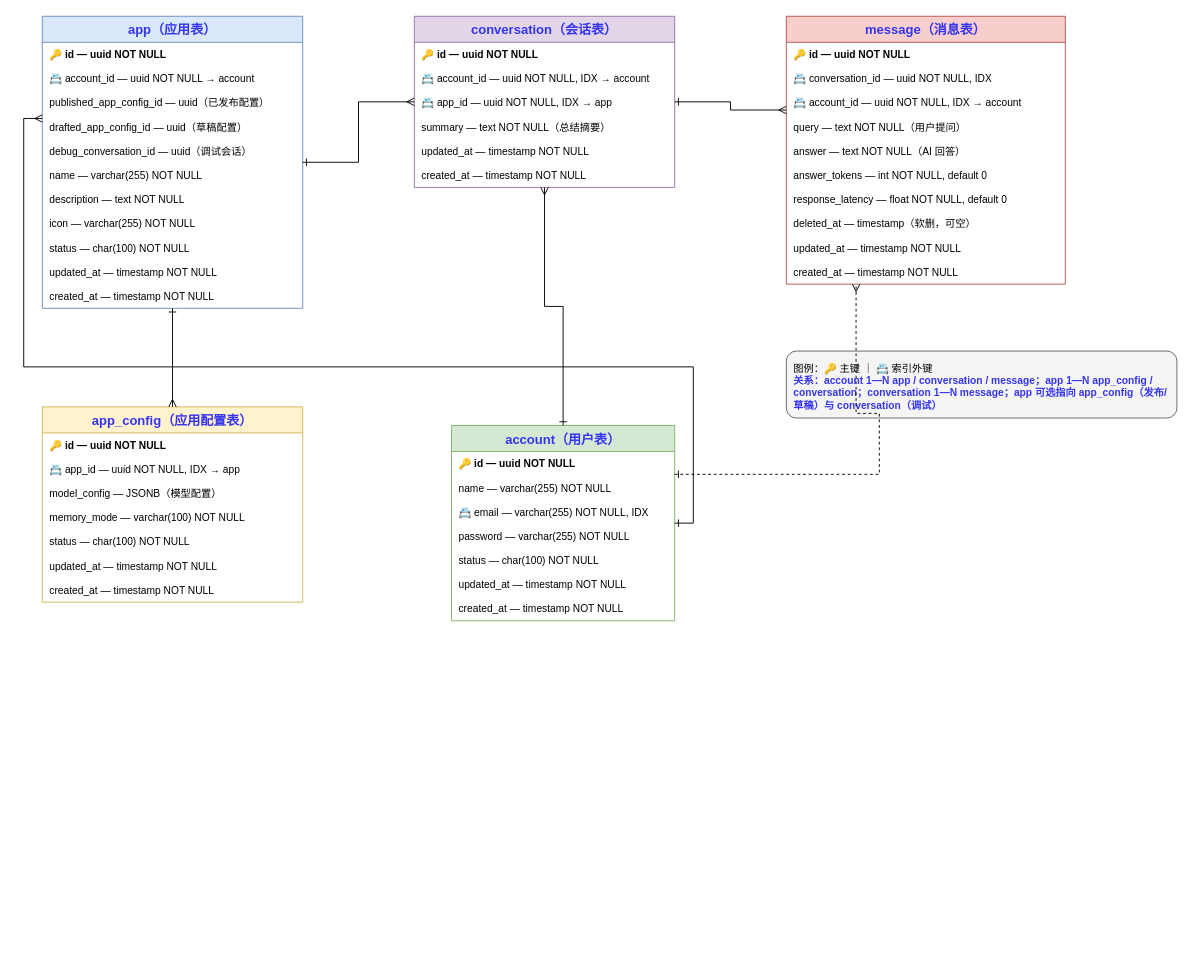
The draw.io diagram docs/实体图.drawio in dongfengtaoadmin/llmops-api, before the edit. Source tidied: cells renumbered, new cells numbered last; positions are measured from the earlier drawing's top-left corner, leaving out a move shared by most shapes. Both pictures are drawn from the tidied source at 93%, with x=0, y=0 at pixel (42, 16).
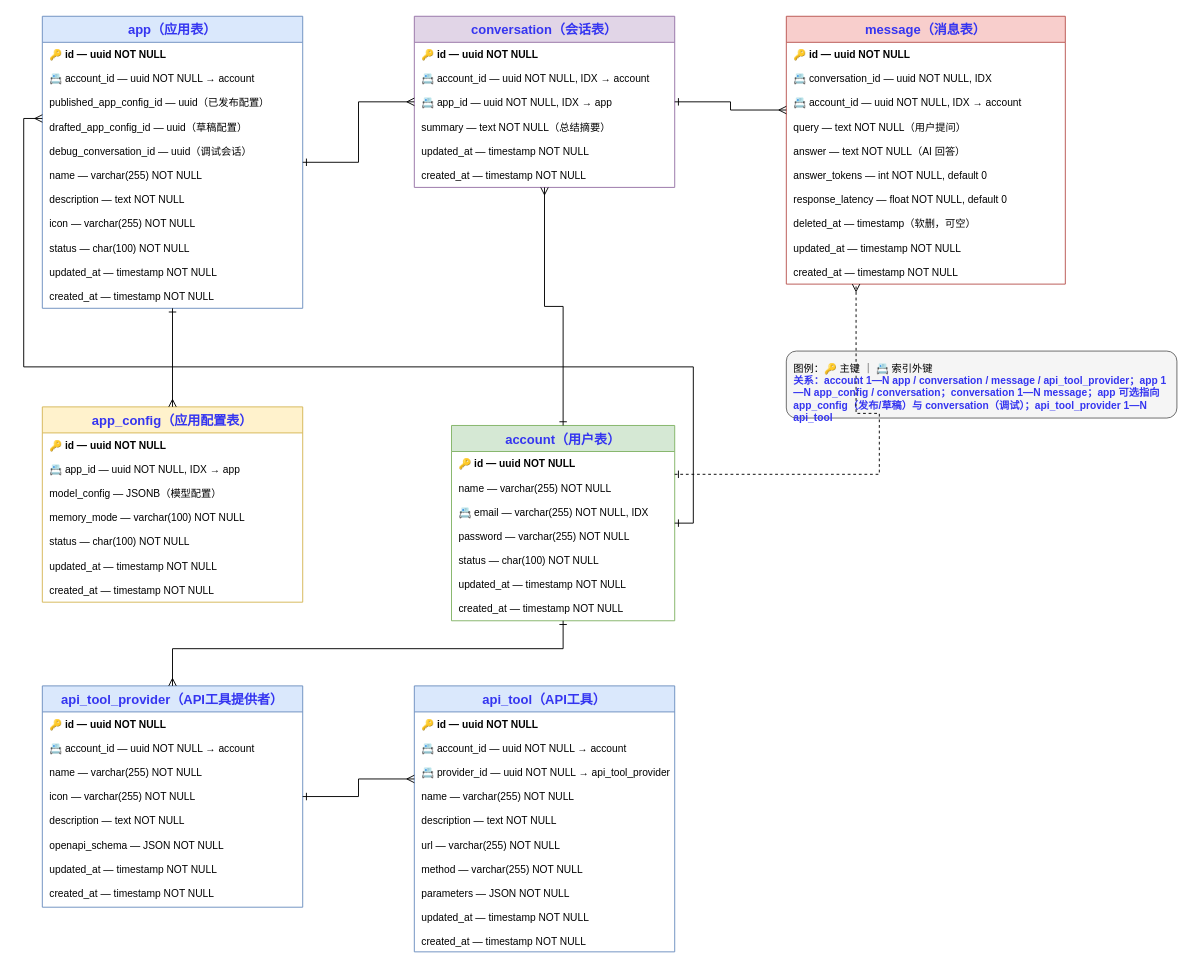
The same diagram, later.

The change refers to these unchanged cells:
```xml
<mxCell id="2" value="account（用户表）" style="swimlane;fontStyle=1;horizontal=1;startSize=28;align=center;fontSize=14;fillColor=#d5e8d4;strokeColor=#82b366;fontColor=#3535F0;" parent="1" vertex="1">
  <mxGeometry x="440" y="440" width="240" height="210" as="geometry" />
</mxCell>
```

Diff of the diagram source:
```diff
@@
-    <mxCell id="48" value="图例：🔑 主键 ｜ 📇 索引外键&lt;br&gt;&lt;b&gt;&lt;font color=&quot;#3535f0&quot;&gt;关系：account 1—N app / conversation / message；app 1—N app_config / conversation；conversation 1—N message；app 可选指向 app_config（发布/草稿）与 conversation（调试）&lt;/font&gt;&lt;/b&gt;" style="text;html=1;strokeColor=#666666;fillColor=#f5f5f5;align=left;verticalAlign=top;whiteSpace=wrap;rounded=1;fontSize=11;spacing=8;" parent="1" vertex="1">
+    <mxCell id="48" value="图例：🔑 主键 ｜ 📇 索引外键&lt;br&gt;&lt;b&gt;&lt;font color=&quot;#3535f0&quot;&gt;关系：account 1—N app / conversation / message / api_tool_provider；app 1—N app_config / conversation；conversation 1—N message；app 可选指向 app_config（发布/草稿）与 conversation（调试）；api_tool_provider 1—N api_tool&lt;/font&gt;&lt;/b&gt;" style="text;html=1;strokeColor=#666666;fillColor=#f5f5f5;align=left;verticalAlign=top;whiteSpace=wrap;rounded=1;fontSize=11;spacing=8;" parent="1" vertex="1">
       <mxGeometry x="800" y="360" width="420" height="72" as="geometry" />
     </mxCell>
@@
+    <mxCell id="55" value="api_tool_provider（API工具提供者）" style="swimlane;fontStyle=1;horizontal=1;startSize=28;align=center;fontSize=14;fillColor=#dae8fc;strokeColor=#6c8ebf;fontColor=#3535F0;" parent="1" vertex="1">
+      <mxGeometry y="720" width="280" height="238" as="geometry" />
+    </mxCell>
+    <mxCell id="56" value="🔑 id — uuid NOT NULL" style="text;strokeColor=none;fillColor=none;align=left;verticalAlign=middle;spacingLeft=6;spacingRight=4;overflow=hidden;fontSize=11;fontStyle=1;" parent="55" vertex="1">
+      <mxGeometry y="28" width="280" height="26" as="geometry" />
+    </mxCell>
+    <mxCell id="57" value="📇 account_id — uuid NOT NULL → account" style="text;strokeColor=none;fillColor=none;align=left;verticalAlign=middle;spacingLeft=6;spacingRight=4;overflow=hidden;fontSize=11;" parent="55" vertex="1">
+      <mxGeometry y="54" width="280" height="26" as="geometry" />
+    </mxCell>
+    <mxCell id="58" value="name — varchar(255) NOT NULL" style="text;strokeColor=none;fillColor=none;align=left;verticalAlign=middle;spacingLeft=6;spacingRight=4;overflow=hidden;fontSize=11;" parent="55" vertex="1">
+      <mxGeometry y="80" width="280" height="26" as="geometry" />
+    </mxCell>
+    <mxCell id="59" value="icon — varchar(255) NOT NULL" style="text;strokeColor=none;fillColor=none;align=left;verticalAlign=middle;spacingLeft=6;spacingRight=4;overflow=hidden;fontSize=11;" parent="55" vertex="1">
+      <mxGeometry y="106" width="280" height="26" as="geometry" />
+    </mxCell>
+    <mxCell id="60" value="description — text NOT NULL" style="text;strokeColor=none;fillColor=none;align=left;verticalAlign=middle;spacingLeft=6;spacingRight=4;overflow=hidden;fontSize=11;" parent="55" vertex="1">
+      <mxGeometry y="132" width="280" height="26" as="geometry" />
+    </mxCell>
+    <mxCell id="61" value="openapi_schema — JSON NOT NULL" style="text;strokeColor=none;fillColor=none;align=left;verticalAlign=middle;spacingLeft=6;spacingRight=4;overflow=hidden;fontSize=11;" parent="55" vertex="1">
+      <mxGeometry y="158" width="280" height="26" as="geometry" />
+    </mxCell>
+    <mxCell id="62" value="updated_at — timestamp NOT NULL" style="text;strokeColor=none;fillColor=none;align=left;verticalAlign=middle;spacingLeft=6;spacingRight=4;overflow=hidden;fontSize=11;" parent="55" vertex="1">
+      <mxGeometry y="184" width="280" height="26" as="geometry" />
+    </mxCell>
+    <mxCell id="63" value="created_at — timestamp NOT NULL" style="text;strokeColor=none;fillColor=none;align=left;verticalAlign=middle;spacingLeft=6;spacingRight=4;overflow=hidden;fontSize=11;" parent="55" vertex="1">
+      <mxGeometry y="210" width="280" height="26" as="geometry" />
+    </mxCell>
+    <mxCell id="64" value="api_tool（API工具）" style="swimlane;fontStyle=1;horizontal=1;startSize=28;align=center;fontSize=14;fillColor=#dae8fc;strokeColor=#6c8ebf;fontColor=#3535F0;" parent="1" vertex="1">
+      <mxGeometry x="400" y="720" width="280" height="286" as="geometry" />
+    </mxCell>
+    <mxCell id="65" value="🔑 id — uuid NOT NULL" style="text;strokeColor=none;fillColor=none;align=left;verticalAlign=middle;spacingLeft=6;spacingRight=4;overflow=hidden;fontSize=11;fontStyle=1;" parent="64" vertex="1">
+      <mxGeometry y="28" width="280" height="26" as="geometry" />
+    </mxCell>
+    <mxCell id="66" value="📇 account_id — uuid NOT NULL → account" style="text;strokeColor=none;fillColor=none;align=left;verticalAlign=middle;spacingLeft=6;spacingRight=4;overflow=hidden;fontSize=11;" parent="64" vertex="1">
+      <mxGeometry y="54" width="280" height="26" as="geometry" />
+    </mxCell>
+    <mxCell id="67" value="📇 provider_id — uuid NOT NULL → api_tool_provider" style="text;strokeColor=none;fillColor=none;align=left;verticalAlign=middle;spacingLeft=6;spacingRight=4;overflow=hidden;fontSize=11;" parent="64" vertex="1">
+      <mxGeometry y="80" width="280" height="26" as="geometry" />
+    </mxCell>
+    <mxCell id="68" value="name — varchar(255) NOT NULL" style="text;strokeColor=none;fillColor=none;align=left;verticalAlign=middle;spacingLeft=6;spacingRight=4;overflow=hidden;fontSize=11;" parent="64" vertex="1">
+      <mxGeometry y="106" width="280" height="26" as="geometry" />
+    </mxCell>
+    <mxCell id="69" value="description — text NOT NULL" style="text;strokeColor=none;fillColor=none;align=left;verticalAlign=middle;spacingLeft=6;spacingRight=4;overflow=hidden;fontSize=11;" parent="64" vertex="1">
+      <mxGeometry y="132" width="280" height="26" as="geometry" />
+    </mxCell>
+    <mxCell id="70" value="url — varchar(255) NOT NULL" style="text;strokeColor=none;fillColor=none;align=left;verticalAlign=middle;spacingLeft=6;spacingRight=4;overflow=hidden;fontSize=11;" parent="64" vertex="1">
+      <mxGeometry y="158" width="280" height="26" as="geometry" />
+    </mxCell>
+    <mxCell id="71" value="method — varchar(255) NOT NULL" style="text;strokeColor=none;fillColor=none;align=left;verticalAlign=middle;spacingLeft=6;spacingRight=4;overflow=hidden;fontSize=11;" parent="64" vertex="1">
+      <mxGeometry y="184" width="280" height="26" as="geometry" />
+    </mxCell>
+    <mxCell id="72" value="parameters — JSON NOT NULL" style="text;strokeColor=none;fillColor=none;align=left;verticalAlign=middle;spacingLeft=6;spacingRight=4;overflow=hidden;fontSize=11;" parent="64" vertex="1">
+      <mxGeometry y="210" width="280" height="26" as="geometry" />
+    </mxCell>
+    <mxCell id="73" value="updated_at — timestamp NOT NULL" style="text;strokeColor=none;fillColor=none;align=left;verticalAlign=middle;spacingLeft=6;spacingRight=4;overflow=hidden;fontSize=11;" parent="64" vertex="1">
+      <mxGeometry y="236" width="280" height="26" as="geometry" />
+    </mxCell>
+    <mxCell id="74" value="created_at — timestamp NOT NULL" style="text;strokeColor=none;fillColor=none;align=left;verticalAlign=middle;spacingLeft=6;spacingRight=4;overflow=hidden;fontSize=11;" parent="64" vertex="1">
+      <mxGeometry y="262" width="280" height="26" as="geometry" />
+    </mxCell>
+    <mxCell id="75" style="edgeStyle=orthogonalEdgeStyle;rounded=0;jettySize=auto;html=1;exitX=1;exitY=0.5;exitDx=0;exitDy=0;entryX=0;entryY=0.35;entryDx=0;entryDy=0;endArrow=ERmany;startArrow=ERone;startFill=0;" parent="1" edge="1" source="55" target="64">
+      <mxGeometry relative="1" as="geometry" />
+    </mxCell>
+    <mxCell id="76" style="edgeStyle=orthogonalEdgeStyle;rounded=0;jettySize=auto;html=1;exitX=0.5;exitY=1;exitDx=0;exitDy=0;entryX=0.5;entryY=0;entryDx=0;entryDy=0;endArrow=ERmany;startArrow=ERone;startFill=0;" parent="1" edge="1" source="2" target="55">
+      <mxGeometry relative="1" as="geometry">
+        <Array as="points">
+          <mxPoint x="560" y="680" />
+          <mxPoint x="140" y="680" />
+        </Array>
+      </mxGeometry>
+    </mxCell>
```
